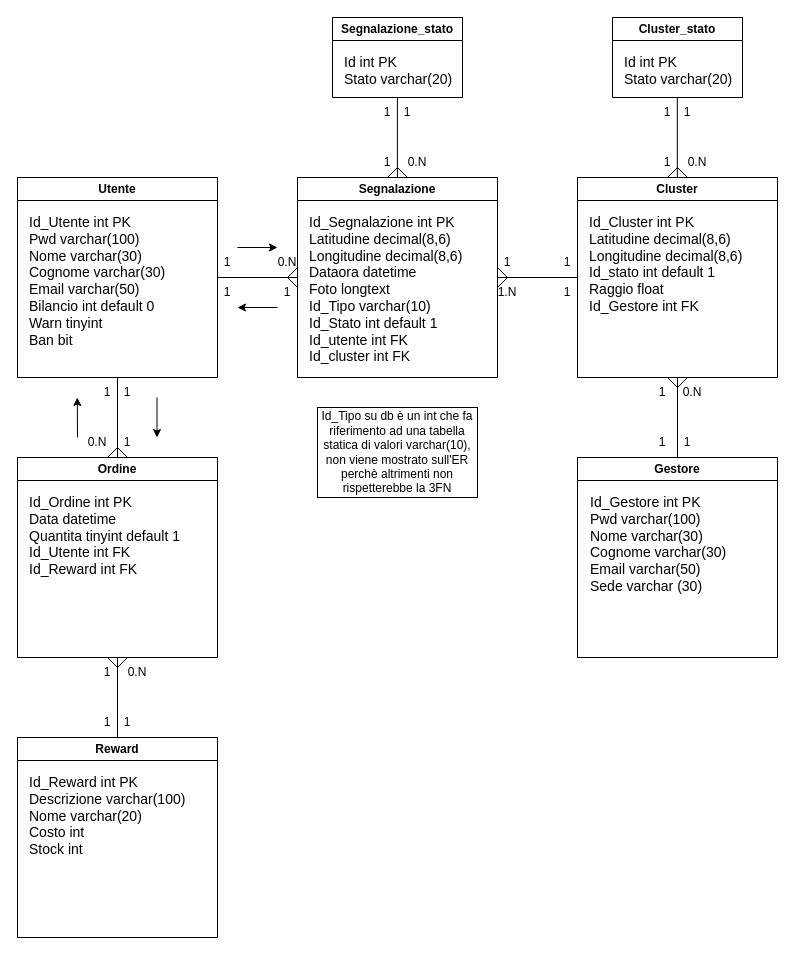
Gruppo-IS44/Comune-Pulito-bead80e0 keeps this draw.io diagram as Materiale Progettazione/DiagrammaER/Modello.drawio. Above is the earlier version. Source tidied: cells renumbered, new cells numbered last; positions are measured from the earlier drawing's top-left corner, leaving out a move shared by most shapes. Both pictures are drawn from the tidied source at 100%, with x=0, y=0 at pixel (17, 17).
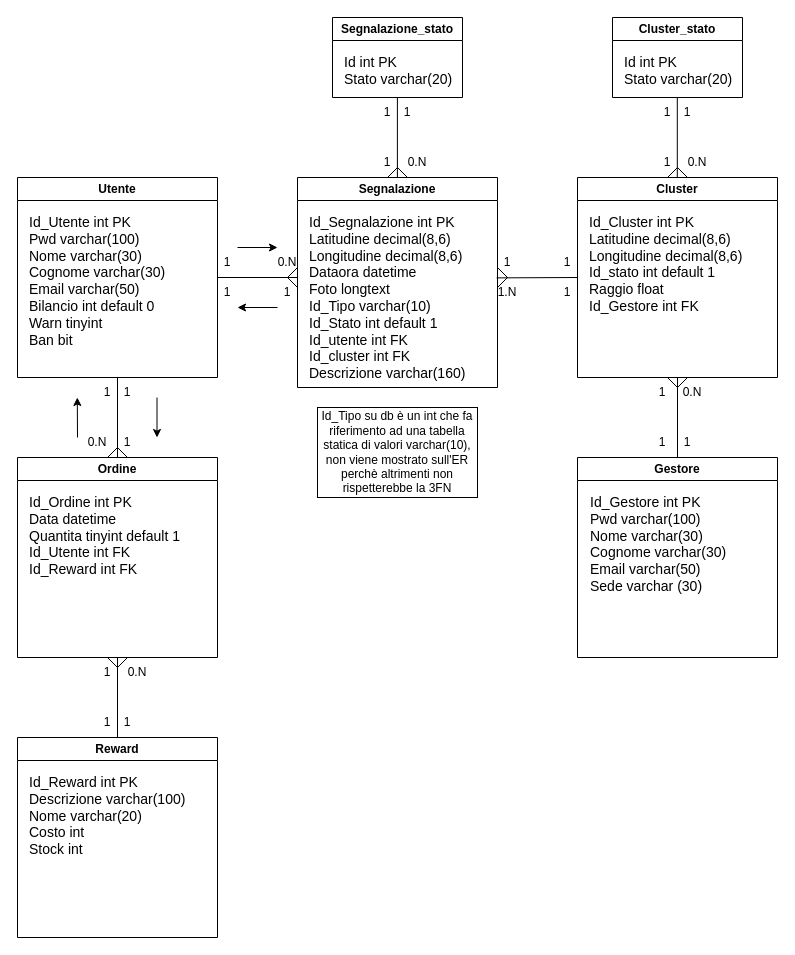
The same diagram, later.

The change refers to these unchanged cells:
```xml
<mxCell id="6" value="Cluster" style="swimlane;whiteSpace=wrap;html=1;" parent="1" vertex="1">
  <mxGeometry x="560" y="160" width="200" height="200" as="geometry" />
</mxCell>
<mxCell id="8" value="1" style="text;html=1;strokeColor=none;fillColor=none;align=center;verticalAlign=middle;whiteSpace=wrap;rounded=0;fontSize=12;" parent="6" vertex="1">
  <mxGeometry x="-100" y="70" width="60" height="30" as="geometry" />
</mxCell>
```

Diff of the diagram source:
```diff
@@
     <mxCell id="4" value="Segnalazione" style="swimlane;whiteSpace=wrap;html=1;" parent="1" vertex="1">
-      <mxGeometry x="280" y="160" width="200" height="200" as="geometry" />
+      <mxGeometry x="280" y="160" width="200" height="210" as="geometry" />
     </mxCell>
-    <mxCell id="5" value="Id_Segnalazione int PK&lt;br&gt;Latitudine decimal(8,6)&lt;br&gt;Longitudine decimal(8,6)&lt;br&gt;Dataora datetime&lt;br&gt;Foto longtext&lt;br&gt;Id_Tipo varchar(10)&lt;br&gt;Id_Stato int default 1&amp;nbsp;&lt;br&gt;Id_utente int FK&lt;br&gt;Id_cluster int FK" style="text;html=1;strokeColor=none;fillColor=none;align=left;verticalAlign=top;whiteSpace=wrap;rounded=0;fontSize=14;" parent="4" vertex="1">
+    <mxCell id="5" value="Id_Segnalazione int PK&lt;br&gt;Latitudine decimal(8,6)&lt;br&gt;Longitudine decimal(8,6)&lt;br&gt;Dataora datetime&lt;br&gt;Foto longtext&lt;br&gt;Id_Tipo varchar(10)&lt;br&gt;Id_Stato int default 1&amp;nbsp;&lt;br&gt;Id_utente int FK&lt;br&gt;Id_cluster int FK&lt;br&gt;Descrizione varchar(160)" style="text;html=1;strokeColor=none;fillColor=none;align=left;verticalAlign=top;whiteSpace=wrap;rounded=0;fontSize=14;" parent="4" vertex="1">
       <mxGeometry x="10" y="30" width="180" height="160" as="geometry" />
     </mxCell>
@@
+    <mxCell id="29" style="endArrow=none;html=1;rounded=0;fontSize=14;entryX=0;entryY=0.5;entryDx=0;entryDy=0;exitX=0.319;exitY=1.013;exitDx=0;exitDy=0;exitPerimeter=0;" parent="6" edge="1" source="8" target="6">
+      <mxGeometry relative="1" as="geometry" />
+    </mxCell>
@@
-    <mxCell id="29" style="endArrow=none;html=1;rounded=0;fontSize=14;entryX=0;entryY=0.5;entryDx=0;entryDy=0;exitX=1;exitY=0.5;exitDx=0;exitDy=0;" parent="1" edge="1" source="4" target="6">
-      <mxGeometry relative="1" as="geometry" />
-    </mxCell>
```
